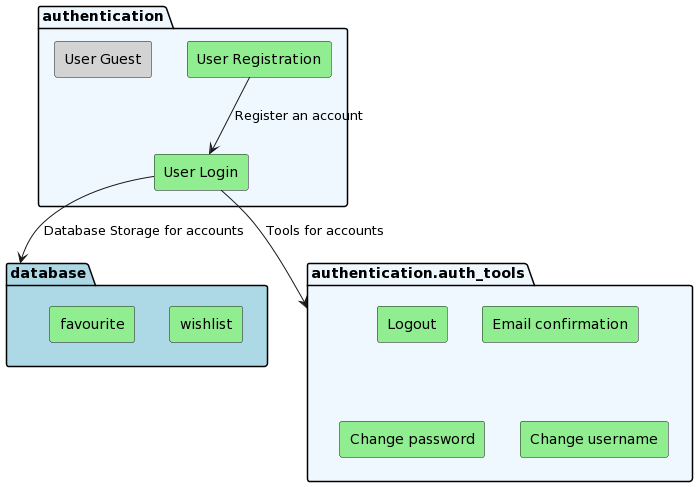
Before: docs/diagrams/system/authentication_packages.png, a diagram exported from PlantUML (olivialba/onlineStoreTemplate).
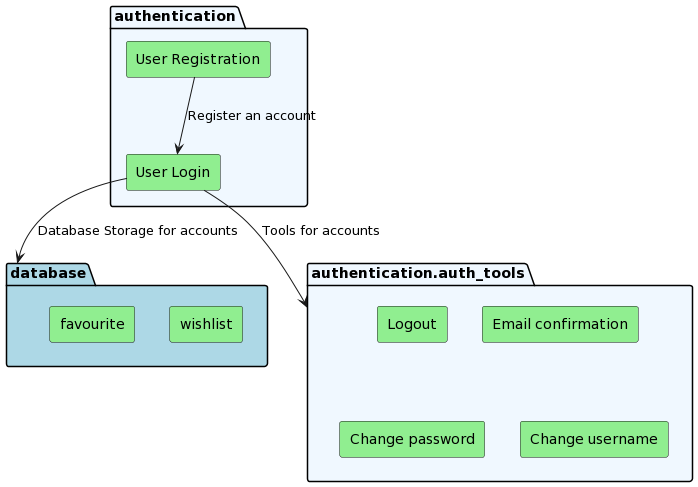
The same file after the commit.

Commit message:
Changed guest actor

The edit, as a diff of the source:
```diff
@@ -9,7 +9,6 @@
 package "authentication" as authentication #aliceblue {
   rectangle "User Login" as login #lightgreen
   rectangle "User Registration" as register #lightgreen
-  rectangle "User Guest" as guest #lightgray
 }
 
 package "authentication.auth_tools" as authentication.auth_tools #aliceblue {
```
